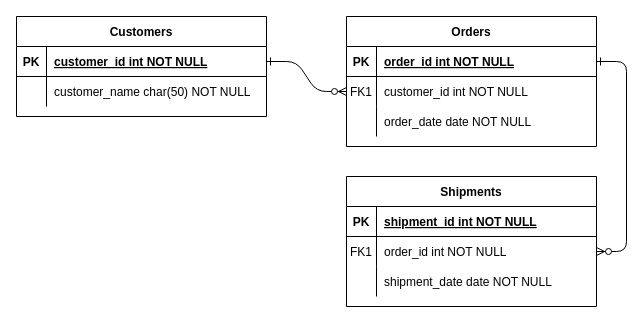
This is wedeh.drawio from Elfanpradita/coba1, a draw.io file, before an edit. Source tidied: cells renumbered, new cells numbered last; positions are measured from the earlier drawing's top-left corner, leaving out a move shared by most shapes. Both pictures are drawn from the tidied source at 100%, with x=0, y=0 at pixel (16, 16).
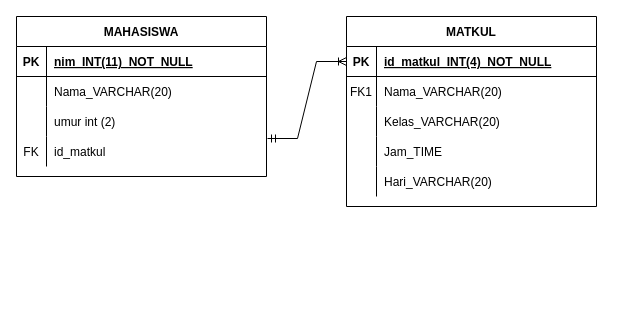
After the change.

The change refers to these unchanged cells:
```xml
<mxCell id="5" style="shape=partialRectangle;fillColor=none;points=[[0,0.5],[1,0.5]];portConstraint=eastwest;top=0;left=0;right=0;bottom=1;" parent="4" vertex="1">
  <mxGeometry y="30" width="250" height="30" as="geometry" />
</mxCell>
<mxCell id="8" style="shape=partialRectangle;fillColor=none;points=[[0,0.5],[1,0.5]];portConstraint=eastwest;top=0;left=0;right=0;bottom=0;" parent="4" vertex="1">
  <mxGeometry y="60" width="250" height="30" as="geometry" />
</mxCell>
<mxCell id="11" style="shape=partialRectangle;fillColor=none;top=0;left=0;right=0;bottom=0;" parent="4" vertex="1">
  <mxGeometry y="90" width="250" height="30" as="geometry" />
</mxCell>
<mxCell id="25" style="shape=partialRectangle;fillColor=none;points=[[0,0.5],[1,0.5]];portConstraint=eastwest;top=0;left=0;right=0;bottom=1;" parent="24" vertex="1">
  <mxGeometry y="30" width="250" height="30" as="geometry" />
</mxCell>
<mxCell id="28" style="shape=partialRectangle;fillColor=none;top=0;left=0;right=0;bottom=0;" parent="24" vertex="1">
  <mxGeometry y="60" width="250" height="30" as="geometry" />
</mxCell>
```

The edit, as a diff of the source:
```diff
@@
-    <mxCell id="2" style="edgeStyle=entityRelationEdgeStyle;endArrow=ERzeroToMany;startArrow=ERone;endFill=1;startFill=0;" parent="1" edge="1" source="25" target="8">
-      <mxGeometry relative="1" as="geometry" />
-    </mxCell>
-    <mxCell id="3" style="edgeStyle=entityRelationEdgeStyle;endArrow=ERzeroToMany;startArrow=ERone;endFill=1;startFill=0;" parent="1" edge="1" source="5" target="18">
-      <mxGeometry relative="1" as="geometry" />
-    </mxCell>
-    <mxCell id="4" value="Orders" style="shape=table;startSize=30;childLayout=tableLayout;rowLines=0;fontStyle=1;align=center;" parent="1" vertex="1">
-      <mxGeometry x="330" width="250" height="130" as="geometry" />
+    <mxCell id="4" value="MATKUL" style="shape=table;startSize=30;childLayout=tableLayout;rowLines=0;fontStyle=1;align=center;" parent="1" vertex="1">
+      <mxGeometry x="330" width="250" height="190" as="geometry" />
     </mxCell>
@@
-    <mxCell id="7" value="order_id int NOT NULL " style="shape=partialRectangle;overflow=hidden;fillColor=none;top=0;left=0;bottom=0;right=0;align=left;spacingLeft=6;fontStyle=5;" parent="5" vertex="1">
+    <mxCell id="7" value="id_matkul_INT(4)_NOT_NULL" style="shape=partialRectangle;overflow=hidden;fillColor=none;top=0;left=0;bottom=0;right=0;align=left;spacingLeft=6;fontStyle=5;" parent="5" vertex="1">
       <mxGeometry x="30" width="220" height="30" as="geometry" />
     </mxCell>
@@
-    <mxCell id="10" value="customer_id int NOT NULL" style="shape=partialRectangle;overflow=hidden;fillColor=none;top=0;left=0;bottom=0;right=0;align=left;spacingLeft=6;" parent="8" vertex="1">
+    <mxCell id="10" value="Nama_VARCHAR(20)" style="shape=partialRectangle;overflow=hidden;fillColor=none;top=0;left=0;bottom=0;right=0;align=left;spacingLeft=6;" parent="8" vertex="1">
       <mxGeometry x="30" width="220" height="30" as="geometry" />
     </mxCell>
@@
-    <mxCell id="13" value="order_date date NOT NULL" style="shape=partialRectangle;overflow=hidden;fillColor=none;top=0;left=0;bottom=0;right=0;align=left;spacingLeft=6;" parent="11" vertex="1">
+    <mxCell id="13" value="Kelas_VARCHAR(20)" style="shape=partialRectangle;overflow=hidden;fillColor=none;top=0;left=0;bottom=0;right=0;align=left;spacingLeft=6;" parent="11" vertex="1">
       <mxGeometry x="30" width="220" height="30" as="geometry" />
     </mxCell>
-    <mxCell id="14" value="Shipments" style="shape=table;startSize=30;childLayout=tableLayout;rowLines=0;fontStyle=1;align=center;" parent="1" vertex="1">
-      <mxGeometry x="330" y="160" width="250" height="130" as="geometry" />
-    </mxCell>
-    <mxCell id="15" style="shape=partialRectangle;fillColor=none;top=0;left=0;right=0;bottom=1;" parent="14" vertex="1">
-      <mxGeometry y="30" width="250" height="30" as="geometry" />
-    </mxCell>
-    <mxCell id="16" value="PK" style="shape=partialRectangle;overflow=hidden;fillColor=none;top=0;left=0;bottom=0;right=0;fontStyle=1;" parent="15" vertex="1">
-      <mxGeometry width="30" height="30" as="geometry" />
-    </mxCell>
-    <mxCell id="17" value="shipment_id int NOT NULL " style="shape=partialRectangle;overflow=hidden;fillColor=none;top=0;left=0;bottom=0;right=0;align=left;spacingLeft=6;fontStyle=5;" parent="15" vertex="1">
-      <mxGeometry x="30" width="220" height="30" as="geometry" />
-    </mxCell>
-    <mxCell id="18" style="shape=partialRectangle;fillColor=none;points=[[0,0.5],[1,0.5]];portConstraint=eastwest;top=0;left=0;right=0;bottom=0;" parent="14" vertex="1">
-      <mxGeometry y="60" width="250" height="30" as="geometry" />
-    </mxCell>
-    <mxCell id="19" value="FK1" style="shape=partialRectangle;overflow=hidden;fillColor=none;top=0;left=0;bottom=0;right=0;" parent="18" vertex="1">
-      <mxGeometry width="30" height="30" as="geometry" />
-    </mxCell>
-    <mxCell id="20" value="order_id int NOT NULL" style="shape=partialRectangle;overflow=hidden;fillColor=none;top=0;left=0;bottom=0;right=0;align=left;spacingLeft=6;" parent="18" vertex="1">
-      <mxGeometry x="30" width="220" height="30" as="geometry" />
-    </mxCell>
-    <mxCell id="21" style="shape=partialRectangle;fillColor=none;top=0;left=0;right=0;bottom=0;" parent="14" vertex="1">
-      <mxGeometry y="90" width="250" height="30" as="geometry" />
-    </mxCell>
-    <mxCell id="22" style="shape=partialRectangle;overflow=hidden;fillColor=none;top=0;left=0;bottom=0;right=0;" parent="21" vertex="1">
-      <mxGeometry width="30" height="30" as="geometry" />
-    </mxCell>
-    <mxCell id="23" value="shipment_date date NOT NULL" style="shape=partialRectangle;overflow=hidden;fillColor=none;top=0;left=0;bottom=0;right=0;align=left;spacingLeft=6;" parent="21" vertex="1">
-      <mxGeometry x="30" width="220" height="30" as="geometry" />
-    </mxCell>
+    <mxCell id="31" style="shape=partialRectangle;fillColor=none;top=0;left=0;right=0;bottom=0;" parent="4" vertex="1">
+      <mxGeometry y="120" width="250" height="30" as="geometry" />
+    </mxCell>
+    <mxCell id="32" style="shape=partialRectangle;overflow=hidden;fillColor=none;top=0;left=0;bottom=0;right=0;" parent="31" vertex="1">
+      <mxGeometry width="30" height="30" as="geometry" />
+    </mxCell>
+    <mxCell id="33" value="Jam_TIME" style="shape=partialRectangle;overflow=hidden;fillColor=none;top=0;left=0;bottom=0;right=0;align=left;spacingLeft=6;" parent="31" vertex="1">
+      <mxGeometry x="30" width="220" height="30" as="geometry" />
+    </mxCell>
+    <mxCell id="34" style="shape=partialRectangle;fillColor=none;top=0;left=0;right=0;bottom=0;" parent="4" vertex="1">
+      <mxGeometry y="150" width="250" height="30" as="geometry" />
+    </mxCell>
+    <mxCell id="35" style="shape=partialRectangle;overflow=hidden;fillColor=none;top=0;left=0;bottom=0;right=0;" parent="34" vertex="1">
+      <mxGeometry width="30" height="30" as="geometry" />
+    </mxCell>
+    <mxCell id="36" value="Hari_VARCHAR(20)" style="shape=partialRectangle;overflow=hidden;fillColor=none;top=0;left=0;bottom=0;right=0;align=left;spacingLeft=6;" parent="34" vertex="1">
+      <mxGeometry x="30" width="220" height="30" as="geometry" />
+    </mxCell>
-    <mxCell id="24" value="Customers" style="shape=table;startSize=30;childLayout=tableLayout;rowLines=0;fontStyle=1;align=center;" parent="1" vertex="1">
-      <mxGeometry width="250" height="100" as="geometry" />
+    <mxCell id="24" value="MAHASISWA" style="shape=table;startSize=30;childLayout=tableLayout;rowLines=0;fontStyle=1;align=center;" parent="1" vertex="1">
+      <mxGeometry width="250" height="160" as="geometry" />
     </mxCell>
@@
-    <mxCell id="27" value="customer_id int NOT NULL " style="shape=partialRectangle;overflow=hidden;fillColor=none;top=0;left=0;bottom=0;right=0;align=left;spacingLeft=6;fontStyle=5;" parent="25" vertex="1">
+    <mxCell id="27" value="nim_INT(11)_NOT_NULL" style="shape=partialRectangle;overflow=hidden;fillColor=none;top=0;left=0;bottom=0;right=0;align=left;spacingLeft=6;fontStyle=5;" parent="25" vertex="1">
       <mxGeometry x="30" width="220" height="30" as="geometry" />
     </mxCell>
@@
-    <mxCell id="30" value="customer_name char(50) NOT NULL" style="shape=partialRectangle;overflow=hidden;fillColor=none;top=0;left=0;bottom=0;right=0;align=left;spacingLeft=6;" parent="28" vertex="1">
+    <mxCell id="30" value="Nama_VARCHAR(20)" style="shape=partialRectangle;overflow=hidden;fillColor=none;top=0;left=0;bottom=0;right=0;align=left;spacingLeft=6;" parent="28" vertex="1">
       <mxGeometry x="30" width="220" height="30" as="geometry" />
     </mxCell>
+    <mxCell id="21" style="shape=partialRectangle;fillColor=none;top=0;left=0;right=0;bottom=0;" parent="24" vertex="1">
+      <mxGeometry y="90" width="250" height="30" as="geometry" />
+    </mxCell>
+    <mxCell id="37" style="shape=partialRectangle;overflow=hidden;fillColor=none;top=0;left=0;bottom=0;right=0;" parent="21" vertex="1">
+      <mxGeometry width="30" height="30" as="geometry" />
+    </mxCell>
+    <mxCell id="38" value="umur int (2)" style="shape=partialRectangle;overflow=hidden;fillColor=none;top=0;left=0;bottom=0;right=0;align=left;spacingLeft=6;" parent="21" vertex="1">
+      <mxGeometry x="30" width="220" height="30" as="geometry" />
+    </mxCell>
+    <mxCell id="39" style="shape=partialRectangle;fillColor=none;points=[[0,0.5],[1,0.5]];portConstraint=eastwest;top=0;left=0;right=0;bottom=0;" parent="24" vertex="1">
+      <mxGeometry y="120" width="250" height="30" as="geometry" />
+    </mxCell>
+    <mxCell id="40" value="FK" style="shape=partialRectangle;overflow=hidden;fillColor=none;top=0;left=0;bottom=0;right=0;" parent="39" vertex="1">
+      <mxGeometry width="30" height="30" as="geometry" />
+    </mxCell>
+    <mxCell id="41" value="id_matkul" style="shape=partialRectangle;overflow=hidden;fillColor=none;top=0;left=0;bottom=0;right=0;align=left;spacingLeft=6;" parent="39" vertex="1">
+      <mxGeometry x="30" width="220" height="30" as="geometry" />
+    </mxCell>
+    <mxCell id="42" style="edgeStyle=entityRelationEdgeStyle;fontSize=12;html=1;endArrow=ERoneToMany;startArrow=ERmandOne;rounded=0;exitX=1.004;exitY=0.067;exitDx=0;exitDy=0;exitPerimeter=0;entryX=0;entryY=0.5;entryDx=0;entryDy=0;" parent="1" edge="1" source="39" target="5">
+      <mxGeometry relative="1" as="geometry">
+        <Array as="points">
+          <mxPoint x="270" y="130" />
+        </Array>
+      </mxGeometry>
+    </mxCell>
```
